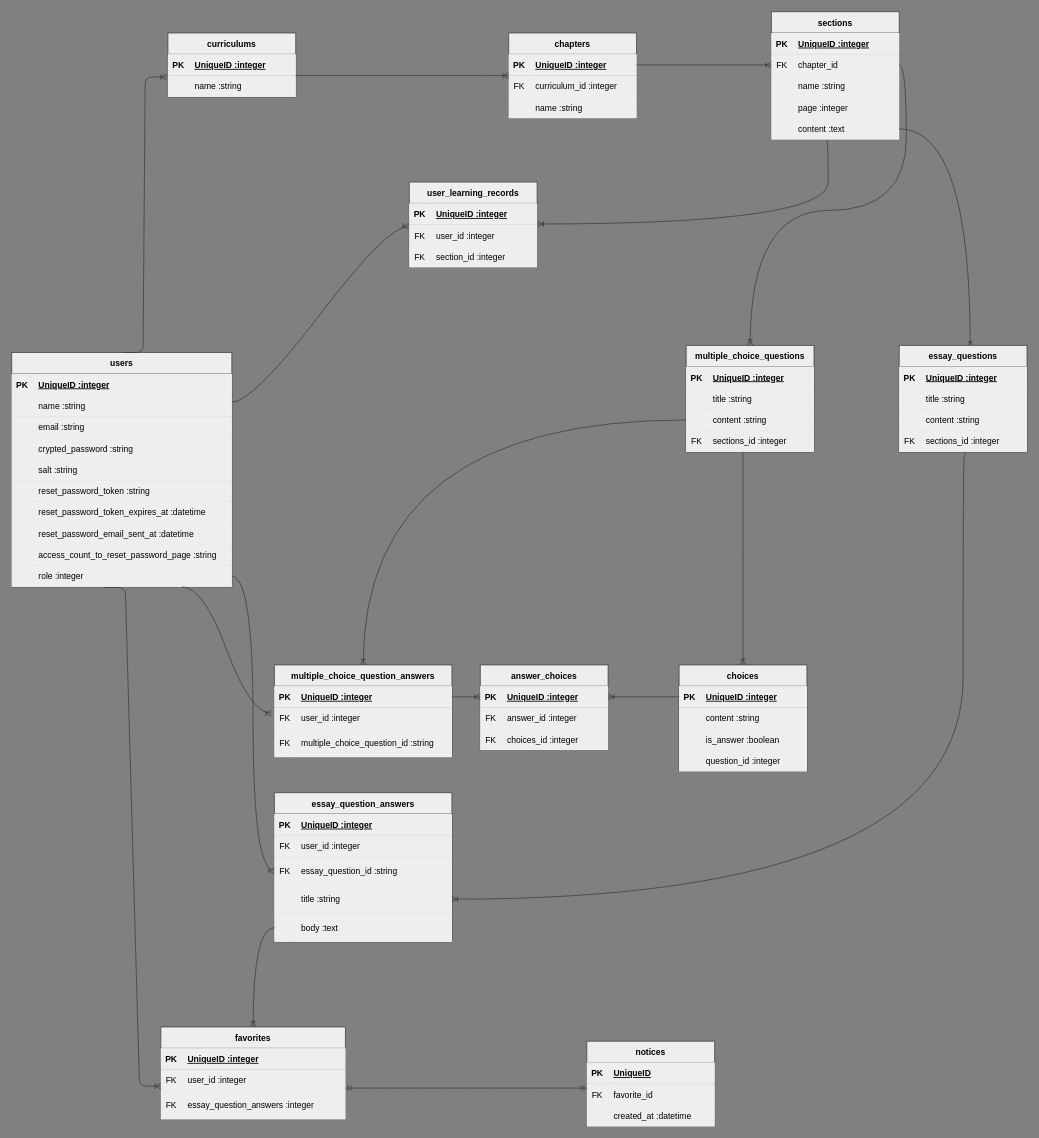
This is ER.dio from YAN-cyber-ux/how_to_solve_it, a draw.io file, before an edit. Source tidied: cells renumbered, new cells numbered last; positions are measured from the earlier drawing's top-left corner, leaving out a move shared by most shapes. Both pictures are drawn from the tidied source at 71%, with x=0, y=0 at pixel (11, 11).
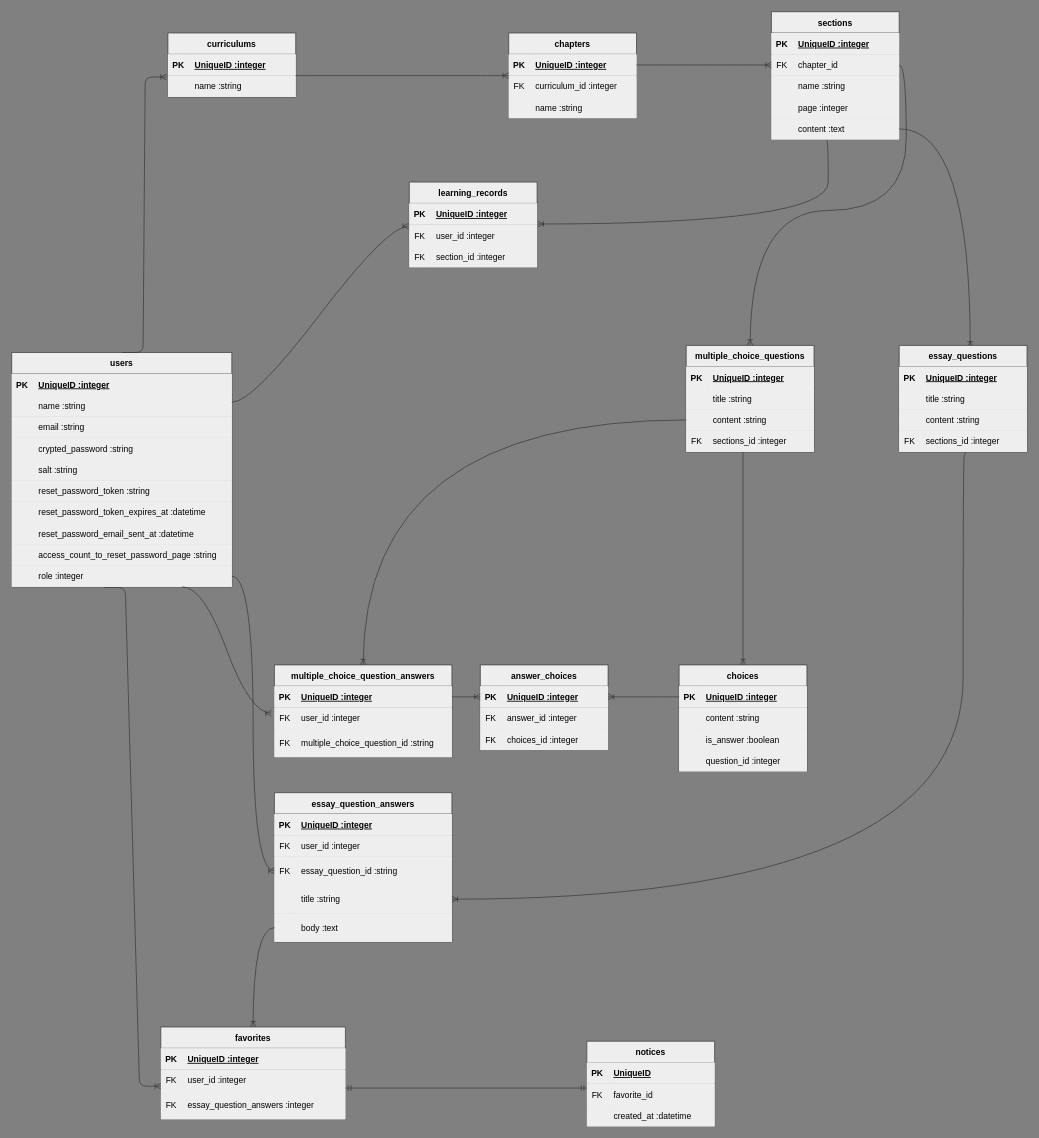
The same page after the edit.

Commit message:
modify: learning_records

Change to the diagram source:
```diff
@@
-    <mxCell id="98" value="user_learning_records" style="shape=table;startSize=30;childLayout=tableLayout;rowLines=0;fontStyle=1;align=center;labelBackgroundColor=none;fillColor=#eeeeee;strokeColor=#36393d;fontColor=#000000;" parent="1" vertex="1">
+    <mxCell id="98" value="learning_records" style="shape=table;startSize=30;childLayout=tableLayout;rowLines=0;fontStyle=1;align=center;labelBackgroundColor=none;fillColor=#eeeeee;strokeColor=#36393d;fontColor=#000000;" parent="1" vertex="1">
       <mxGeometry x="560" y="240" width="180" height="120" as="geometry" />
     </mxCell>
```
